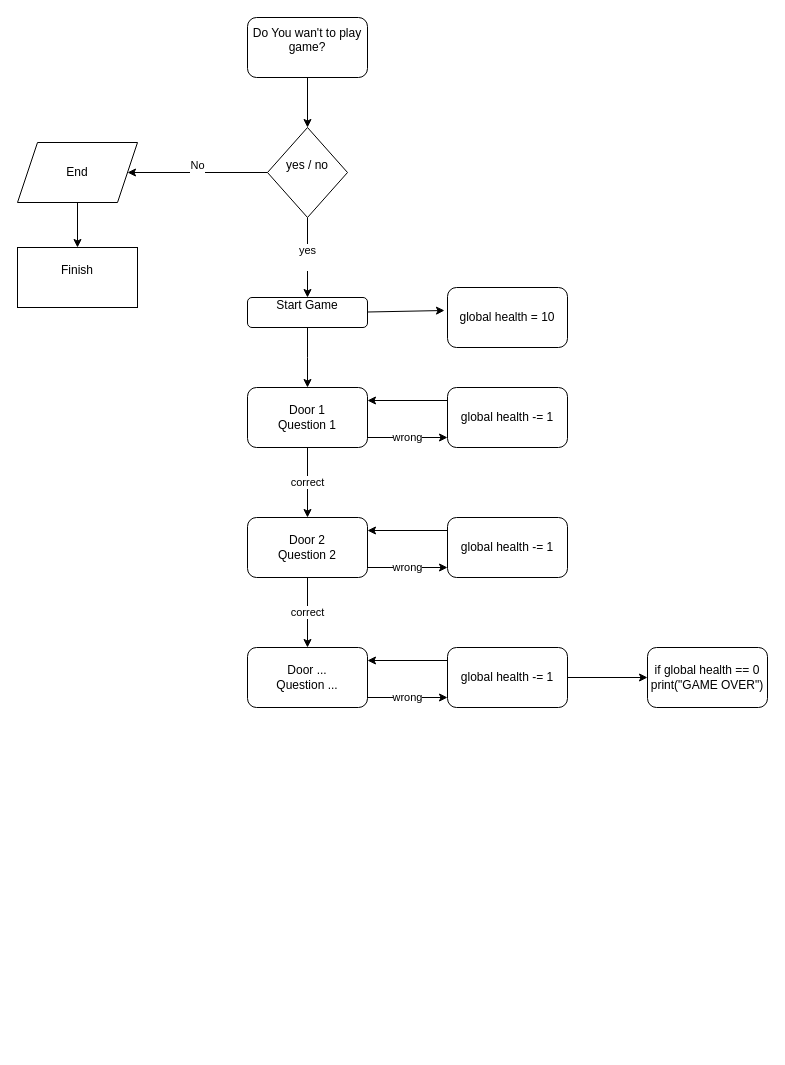
Before: first_flowchart.drawio in kelsi0/Game, a draw.io diagram. Source tidied: cells renumbered, new cells numbered last; positions are measured from the earlier drawing's top-left corner, leaving out a move shared by most shapes. Both pictures are drawn from the tidied source at 100%, with x=0, y=0 at pixel (17, 17).
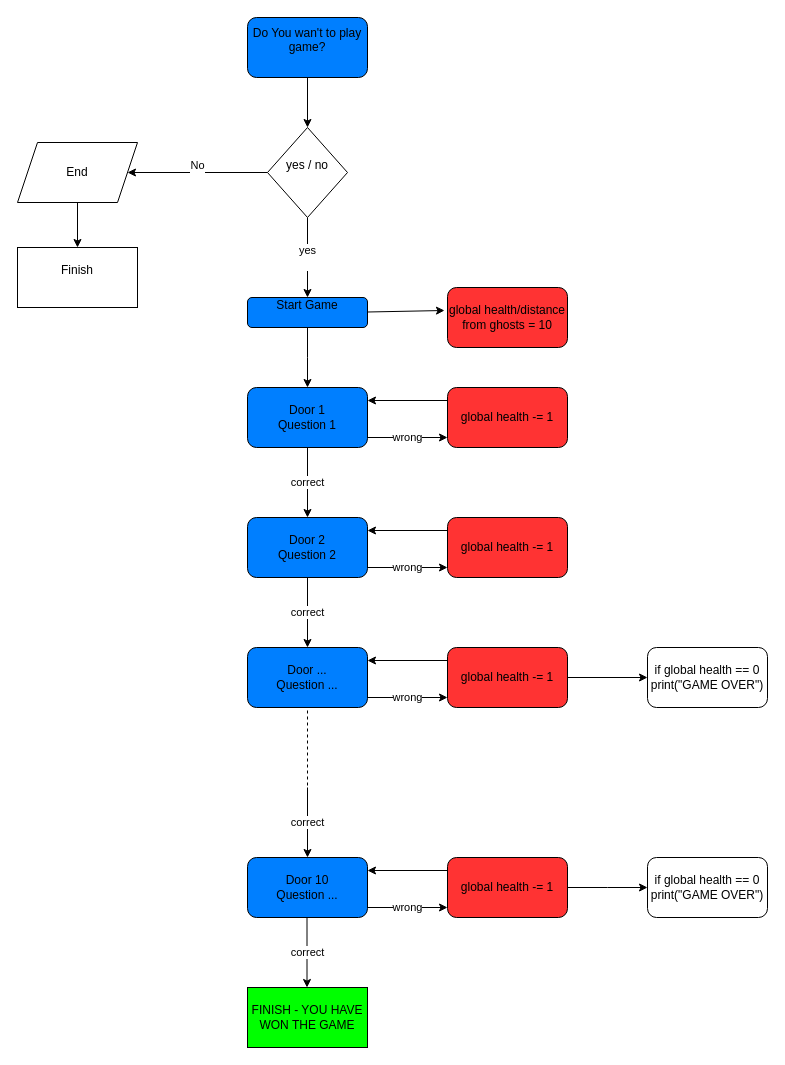
The same page after the edit.

Change to the diagram source:
```diff
@@
-    <mxCell id="9" value="&lt;div&gt;Do You wan't to play game?&lt;/div&gt;&lt;div&gt;&lt;br&gt;&lt;/div&gt;" style="rounded=1;whiteSpace=wrap;html=1;" parent="1" vertex="1">
+    <mxCell id="9" value="&lt;div&gt;Do You wan't to play game?&lt;/div&gt;&lt;div&gt;&lt;br&gt;&lt;/div&gt;" style="rounded=1;whiteSpace=wrap;html=1;fillColor=#007FFF;" parent="1" vertex="1">
       <mxGeometry x="230" width="120" height="60" as="geometry" />
     </mxCell>
@@
-    <mxCell id="11" value="&lt;div&gt;Start Game&lt;/div&gt;&lt;div&gt;&lt;br&gt;&lt;/div&gt;" style="rounded=1;whiteSpace=wrap;html=1;" parent="1" vertex="1">
+    <mxCell id="11" value="&lt;div&gt;Start Game&lt;/div&gt;&lt;div&gt;&lt;br&gt;&lt;/div&gt;" style="rounded=1;whiteSpace=wrap;html=1;fillColor=#007FFF;" parent="1" vertex="1">
       <mxGeometry x="230" y="280" width="120" height="30" as="geometry" />
     </mxCell>
-    <mxCell id="12" value="Door 1&lt;br&gt;Question 1" style="rounded=1;whiteSpace=wrap;html=1;" parent="1" vertex="1">
+    <mxCell id="12" value="Door 1&lt;br&gt;Question 1" style="rounded=1;whiteSpace=wrap;html=1;fillColor=#007FFF;" parent="1" vertex="1">
       <mxGeometry x="230" y="370" width="120" height="60" as="geometry" />
     </mxCell>
@@
-    <mxCell id="14" value="global health -= 1" style="rounded=1;whiteSpace=wrap;html=1;" parent="1" vertex="1">
+    <mxCell id="14" value="global health -= 1" style="rounded=1;whiteSpace=wrap;html=1;fillColor=#FF3333;" parent="1" vertex="1">
       <mxGeometry x="430" y="370" width="120" height="60" as="geometry" />
     </mxCell>
@@
-    <mxCell id="17" value="Door 2&lt;br&gt;Question 2" style="rounded=1;whiteSpace=wrap;html=1;" parent="1" vertex="1">
+    <mxCell id="17" value="Door 2&lt;br&gt;Question 2" style="rounded=1;whiteSpace=wrap;html=1;fillColor=#007FFF;" parent="1" vertex="1">
       <mxGeometry x="230" y="500" width="120" height="60" as="geometry" />
     </mxCell>
-    <mxCell id="18" value="global health -= 1" style="rounded=1;whiteSpace=wrap;html=1;" parent="1" vertex="1">
+    <mxCell id="18" value="global health -= 1" style="rounded=1;whiteSpace=wrap;html=1;fillColor=#FF3333;" parent="1" vertex="1">
       <mxGeometry x="430" y="500" width="120" height="60" as="geometry" />
     </mxCell>
@@
-    <mxCell id="22" value="Door ...&lt;br&gt;Question ..." style="rounded=1;whiteSpace=wrap;html=1;" parent="1" vertex="1">
+    <mxCell id="22" value="Door ...&lt;br&gt;Question ..." style="rounded=1;whiteSpace=wrap;html=1;fillColor=#007FFF;" parent="1" vertex="1">
       <mxGeometry x="230" y="630" width="120" height="60" as="geometry" />
     </mxCell>
@@
-    <mxCell id="24" value="global health -= 1" style="rounded=1;whiteSpace=wrap;html=1;" parent="1" vertex="1">
+    <mxCell id="24" value="global health -= 1" style="rounded=1;whiteSpace=wrap;html=1;fillColor=#FF3333;" parent="1" vertex="1">
       <mxGeometry x="430" y="630" width="120" height="60" as="geometry" />
     </mxCell>
@@
-    <mxCell id="28" value="global health = 10" style="rounded=1;whiteSpace=wrap;html=1;" parent="1" vertex="1">
+    <mxCell id="28" value="global health/distance from ghosts = 10" style="rounded=1;whiteSpace=wrap;html=1;fillColor=#FF3333;" parent="1" vertex="1">
       <mxGeometry x="430" y="270" width="120" height="60" as="geometry" />
     </mxCell>
@@
+    <mxCell id="30" value="correct" style="endArrow=classic;html=1;exitX=0.5;exitY=1;exitDx=0;exitDy=0;" parent="1" edge="1">
+      <mxGeometry relative="1" as="geometry">
+        <mxPoint x="290" y="770" as="sourcePoint" />
+        <mxPoint x="290" y="840" as="targetPoint" />
+      </mxGeometry>
+    </mxCell>
+    <mxCell id="31" value="Door 10&lt;br&gt;Question ..." style="rounded=1;whiteSpace=wrap;html=1;fillColor=#007FFF;" parent="1" vertex="1">
+      <mxGeometry x="230" y="840" width="120" height="60" as="geometry" />
+    </mxCell>
+    <mxCell id="32" style="edgeStyle=orthogonalEdgeStyle;rounded=0;jettySize=auto;html=1;" parent="1" edge="1" source="33">
+      <mxGeometry relative="1" as="geometry">
+        <mxPoint x="630" y="870" as="targetPoint" />
+      </mxGeometry>
+    </mxCell>
+    <mxCell id="33" value="global health -= 1" style="rounded=1;whiteSpace=wrap;html=1;fillColor=#FF3333;" parent="1" vertex="1">
+      <mxGeometry x="430" y="840" width="120" height="60" as="geometry" />
+    </mxCell>
+    <mxCell id="34" value="wrong" style="endArrow=classic;html=1;" parent="1" edge="1">
+      <mxGeometry relative="1" as="geometry">
+        <mxPoint x="350" y="890" as="sourcePoint" />
+        <mxPoint x="430" y="890" as="targetPoint" />
+      </mxGeometry>
+    </mxCell>
+    <mxCell id="35" style="endArrow=classic;html=1;exitX=0;exitY=0.25;exitDx=0;exitDy=0;entryX=1;entryY=0.25;entryDx=0;entryDy=0;" parent="1" edge="1">
+      <mxGeometry relative="1" as="geometry">
+        <mxPoint x="430" y="853" as="sourcePoint" />
+        <mxPoint x="350" y="853" as="targetPoint" />
+      </mxGeometry>
+    </mxCell>
+    <mxCell id="36" style="endArrow=none;dashed=1;html=1;" parent="1" edge="1">
+      <mxGeometry relative="1" as="geometry">
+        <mxPoint x="290" y="780" as="sourcePoint" />
+        <mxPoint x="290" y="690" as="targetPoint" />
+      </mxGeometry>
+    </mxCell>
+    <mxCell id="37" value="correct" style="endArrow=classic;html=1;exitX=0.5;exitY=1;exitDx=0;exitDy=0;" parent="1" edge="1">
+      <mxGeometry relative="1" as="geometry">
+        <mxPoint x="289.5" y="900" as="sourcePoint" />
+        <mxPoint x="289.5" y="970" as="targetPoint" />
+      </mxGeometry>
+    </mxCell>
+    <mxCell id="38" value="&lt;div&gt;FINISH - YOU HAVE WON THE GAME&lt;/div&gt;" style="rounded=0;whiteSpace=wrap;html=1;labelBackgroundColor=#00FF00;fillColor=#00FF00;" parent="1" vertex="1">
+      <mxGeometry x="230" y="970" width="120" height="60" as="geometry" />
+    </mxCell>
+    <mxCell id="39" value="if global health == 0&lt;br&gt;print(&quot;GAME OVER&quot;)" style="rounded=1;whiteSpace=wrap;html=1;" parent="1" vertex="1">
+      <mxGeometry x="630" y="840" width="120" height="60" as="geometry" />
+    </mxCell>
```
